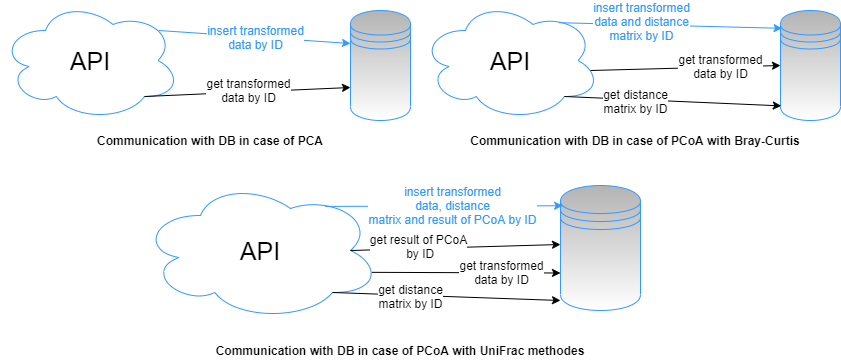
This is materials/text/communication_DB_API.png from xmisak03/finalBP, a draw.io export, as it was before one commit. Source tidied: cells renumbered, new cells last; positions are measured from the earlier drawing's top-left corner, leaving out a move shared by most shapes.
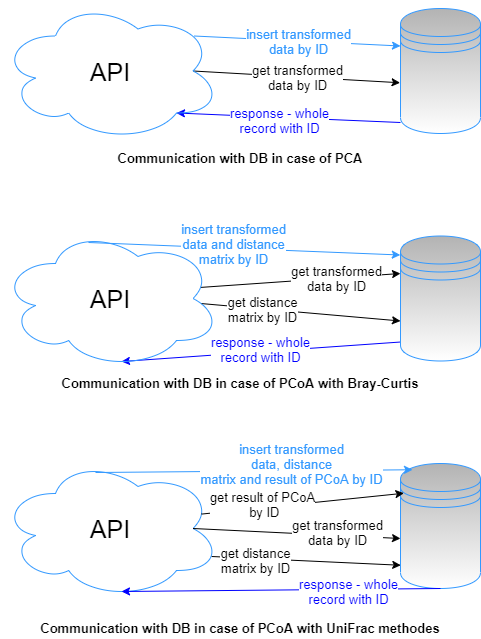
Above is the later version.

Change to the diagram source:
```diff
@@ -2,108 +2,132 @@
   <root>
     <mxCell id="0" />
     <mxCell id="1" parent="0" />
-    <mxCell id="2" value="&lt;font color=&quot;#000000&quot; style=&quot;font-size: 25px&quot;&gt;API&lt;/font&gt;" style="ellipse;shape=cloud;whiteSpace=wrap;html=1;labelBackgroundColor=none;fontSize=12;fontColor=#3399FF;strokeColor=#3399FF;fillColor=none;gradientColor=#FFFFFF;" parent="1" vertex="1">
-      <mxGeometry width="180" height="120" as="geometry" />
-    </mxCell>
-    <mxCell id="3" style="shape=datastore;whiteSpace=wrap;html=1;labelBackgroundColor=none;fontSize=12;fontColor=#3399FF;strokeColor=#3399FF;gradientColor=#FFFFFF;fillColor=#B3B3B3;" parent="1" vertex="1">
-      <mxGeometry x="350" y="10" width="60" height="110" as="geometry" />
-    </mxCell>
-    <mxCell id="4" value="&lt;font color=&quot;#000000&quot;&gt;&lt;b&gt;Communication with DB in case of PCA&lt;/b&gt;&lt;/font&gt;" style="text;html=1;strokeColor=none;fillColor=none;align=center;verticalAlign=middle;whiteSpace=wrap;rounded=0;labelBackgroundColor=none;fontSize=12;fontColor=#3399FF;" parent="1" vertex="1">
-      <mxGeometry x="10" y="130" width="400" height="20" as="geometry" />
+    <mxCell id="4" value="&lt;font color=&quot;#000000&quot; style=&quot;font-size: 13px;&quot;&gt;&lt;b style=&quot;font-size: 13px;&quot;&gt;Communication with DB in case of PCA&lt;/b&gt;&lt;/font&gt;" style="text;html=1;strokeColor=none;fillColor=none;align=center;verticalAlign=middle;whiteSpace=wrap;rounded=0;labelBackgroundColor=none;fontSize=13;fontColor=#3399FF;" parent="1" vertex="1">
+      <mxGeometry x="190" y="360" width="480" height="20" as="geometry" />
     </mxCell>
-    <mxCell id="5" style="endArrow=classic;html=1;labelBackgroundColor=#ffffff;fontSize=12;fontColor=#000000;exitX=0.88;exitY=0.25;exitDx=0;exitDy=0;exitPerimeter=0;entryX=0;entryY=0.3;entryDx=0;entryDy=0;strokeColor=#3399FF;" parent="1" edge="1" source="2" target="3">
-      <mxGeometry relative="1" as="geometry" />
-    </mxCell>
+    <mxCell id="29" style="endArrow=classic;html=1;labelBackgroundColor=#ffffff;fontSize=13;fontColor=#000000;entryX=0;entryY=0.3;entryDx=0;entryDy=0;strokeColor=#3399FF;exitX=0.88;exitY=0.25;exitDx=0;exitDy=0;exitPerimeter=0;" parent="1" edge="1" source="54" target="53">
+      <mxGeometry relative="1" as="geometry" />
+    </mxCell>
-    <mxCell id="6" value="insert transformed&lt;br&gt;data by ID" style="edgeLabel;html=1;align=center;verticalAlign=middle;fontSize=12;fontColor=#3399FF;" parent="5" vertex="1">
+    <mxCell id="6" value="insert transformed&lt;br style=&quot;font-size: 13px;&quot;&gt;data by ID" style="edgeLabel;html=1;align=center;verticalAlign=middle;fontSize=13;fontColor=#3399FF;" parent="29" vertex="1">
       <mxGeometry x="0.13" y="-1" relative="1" as="geometry">
         <mxPoint x="-13" y="-2" as="offset" />
       </mxGeometry>
     </mxCell>
-    <mxCell id="7" style="endArrow=classic;html=1;labelBackgroundColor=#ffffff;fontSize=12;fontColor=#000000;strokeColor=#000000;exitX=0.8;exitY=0.8;exitDx=0;exitDy=0;exitPerimeter=0;entryX=0;entryY=0.7;entryDx=0;entryDy=0;" parent="1" edge="1" source="2" target="3">
-      <mxGeometry relative="1" as="geometry" />
-    </mxCell>
-    <mxCell id="8" value="get transformed&lt;br&gt;data by ID" style="edgeLabel;html=1;align=center;verticalAlign=middle;fontSize=12;fontColor=#000000;" parent="7" vertex="1">
-      <mxGeometry x="0.13" y="-1" relative="1" as="geometry">
-        <mxPoint x="-13" y="-2" as="offset" />
-      </mxGeometry>
-    </mxCell>
-    <mxCell id="9" value="&lt;font color=&quot;#000000&quot; style=&quot;font-size: 25px&quot;&gt;API&lt;/font&gt;" style="ellipse;shape=cloud;whiteSpace=wrap;html=1;labelBackgroundColor=none;fontSize=12;fontColor=#3399FF;strokeColor=#3399FF;fillColor=none;gradientColor=#FFFFFF;" parent="1" vertex="1">
-      <mxGeometry x="420" width="180" height="120" as="geometry" />
-    </mxCell>
-    <mxCell id="10" style="shape=datastore;whiteSpace=wrap;html=1;labelBackgroundColor=none;fontSize=12;fontColor=#3399FF;strokeColor=#3399FF;gradientColor=#FFFFFF;fillColor=#B3B3B3;" parent="1" vertex="1">
-      <mxGeometry x="780" y="10" width="60" height="110" as="geometry" />
-    </mxCell>
+    <mxCell id="30" style="endArrow=classic;html=1;labelBackgroundColor=#ffffff;fontSize=13;fontColor=#000000;strokeColor=#000000;entryX=-0.005;entryY=0.594;entryDx=0;entryDy=0;entryPerimeter=0;exitX=0.875;exitY=0.5;exitDx=0;exitDy=0;exitPerimeter=0;" parent="1" edge="1" source="54" target="53">
+      <mxGeometry relative="1" as="geometry" />
+    </mxCell>
+    <mxCell id="31" value="get transformed&lt;br style=&quot;font-size: 13px;&quot;&gt;data by ID" style="edgeLabel;html=1;align=center;verticalAlign=middle;fontSize=13;fontColor=#000000;" parent="30" vertex="1">
+      <mxGeometry x="0.13" y="-1" relative="1" as="geometry">
+        <mxPoint x="-13" y="-2" as="offset" />
+      </mxGeometry>
+    </mxCell>
-    <mxCell id="11" value="&lt;font color=&quot;#000000&quot;&gt;&lt;b&gt;Communication with DB in case of PCoA with Bray-Curtis&lt;/b&gt;&lt;/font&gt;" style="text;html=1;strokeColor=none;fillColor=none;align=center;verticalAlign=middle;whiteSpace=wrap;rounded=0;labelBackgroundColor=none;fontSize=12;fontColor=#3399FF;" parent="1" vertex="1">
-      <mxGeometry x="430" y="130" width="410" height="20" as="geometry" />
+    <mxCell id="11" value="&lt;font color=&quot;#000000&quot; style=&quot;font-size: 13px;&quot;&gt;&lt;b style=&quot;font-size: 13px;&quot;&gt;Communication with DB in case of PCoA with Bray-Curtis&lt;/b&gt;&lt;/font&gt;" style="text;html=1;strokeColor=none;fillColor=none;align=center;verticalAlign=middle;whiteSpace=wrap;rounded=0;labelBackgroundColor=none;fontSize=13;fontColor=#3399FF;" parent="1" vertex="1">
+      <mxGeometry x="190" y="585" width="480" height="20" as="geometry" />
     </mxCell>
-    <mxCell id="12" style="endArrow=classic;html=1;labelBackgroundColor=#ffffff;fontSize=12;fontColor=#000000;exitX=0.769;exitY=0.185;exitDx=0;exitDy=0;exitPerimeter=0;entryX=0.027;entryY=0.162;entryDx=0;entryDy=0;entryPerimeter=0;strokeColor=#3399FF;" parent="1" edge="1" source="9" target="10">
-      <mxGeometry relative="1" as="geometry" />
-    </mxCell>
+    <mxCell id="32" style="endArrow=classic;html=1;labelBackgroundColor=#ffffff;fontSize=13;fontColor=#000000;entryX=-0.003;entryY=0.152;entryDx=0;entryDy=0;entryPerimeter=0;strokeColor=#3399FF;exitX=0.4;exitY=0.1;exitDx=0;exitDy=0;exitPerimeter=0;" parent="1" edge="1" source="52" target="51">
+      <mxGeometry relative="1" as="geometry" />
+    </mxCell>
-    <mxCell id="13" value="insert transformed&lt;br&gt;data and distance&lt;br&gt;matrix by ID" style="edgeLabel;html=1;align=center;verticalAlign=middle;fontSize=12;fontColor=#3399FF;" parent="12" vertex="1">
+    <mxCell id="13" value="insert transformed&lt;br style=&quot;font-size: 13px;&quot;&gt;data and distance&lt;br style=&quot;font-size: 13px;&quot;&gt;matrix by ID" style="edgeLabel;html=1;align=center;verticalAlign=middle;fontSize=13;fontColor=#3399FF;" parent="32" vertex="1">
       <mxGeometry x="0.13" y="-1" relative="1" as="geometry">
-        <mxPoint x="-44" y="-6" as="offset" />
+        <mxPoint x="-32" y="-7" as="offset" />
       </mxGeometry>
     </mxCell>
-    <mxCell id="14" style="endArrow=classic;html=1;labelBackgroundColor=#ffffff;fontSize=12;fontColor=#000000;strokeColor=#000000;entryX=0;entryY=0.5;entryDx=0;entryDy=0;" parent="1" edge="1" target="10">
-      <mxGeometry relative="1" as="geometry">
-        <mxPoint x="590" y="70" as="sourcePoint" />
-      </mxGeometry>
-    </mxCell>
-    <mxCell id="15" value="get transformed&lt;br&gt;data by ID" style="edgeLabel;html=1;align=center;verticalAlign=middle;fontSize=12;fontColor=#000000;" parent="14" vertex="1">
-      <mxGeometry x="0.13" y="-1" relative="1" as="geometry">
-        <mxPoint x="22" y="-3" as="offset" />
-      </mxGeometry>
-    </mxCell>
-    <mxCell id="16" style="endArrow=classic;html=1;labelBackgroundColor=#ffffff;fontSize=12;fontColor=#000000;strokeColor=#000000;exitX=0.8;exitY=0.8;exitDx=0;exitDy=0;exitPerimeter=0;entryX=0.013;entryY=0.867;entryDx=0;entryDy=0;entryPerimeter=0;" parent="1" edge="1" source="9" target="10">
-      <mxGeometry relative="1" as="geometry" />
-    </mxCell>
-    <mxCell id="17" value="get distance&lt;br&gt;matrix by ID" style="edgeLabel;html=1;align=center;verticalAlign=middle;fontSize=12;fontColor=#000000;" parent="16" vertex="1">
-      <mxGeometry x="0.13" y="-1" relative="1" as="geometry">
-        <mxPoint x="-52" y="-2" as="offset" />
-      </mxGeometry>
-    </mxCell>
-    <mxCell id="18" value="&lt;font color=&quot;#000000&quot; style=&quot;font-size: 25px&quot;&gt;API&lt;/font&gt;" style="ellipse;shape=cloud;whiteSpace=wrap;html=1;labelBackgroundColor=none;fontSize=12;fontColor=#3399FF;strokeColor=#3399FF;fillColor=none;gradientColor=#FFFFFF;" parent="1" vertex="1">
-      <mxGeometry x="140" y="180" width="240" height="140" as="geometry" />
-    </mxCell>
-    <mxCell id="19" style="shape=datastore;whiteSpace=wrap;html=1;labelBackgroundColor=none;fontSize=12;fontColor=#3399FF;strokeColor=#3399FF;gradientColor=#FFFFFF;fillColor=#B3B3B3;" parent="1" vertex="1">
-      <mxGeometry x="560" y="185" width="80" height="125" as="geometry" />
-    </mxCell>
+    <mxCell id="33" style="endArrow=classic;html=1;labelBackgroundColor=#ffffff;fontSize=13;fontColor=#000000;strokeColor=#000000;exitX=0.908;exitY=0.421;exitDx=0;exitDy=0;exitPerimeter=0;entryX=0;entryY=0.3;entryDx=0;entryDy=0;" parent="1" edge="1" source="52" target="51">
+      <mxGeometry relative="1" as="geometry" />
+    </mxCell>
+    <mxCell id="34" value="get transformed&lt;br style=&quot;font-size: 13px;&quot;&gt;data by ID" style="edgeLabel;html=1;align=center;verticalAlign=middle;fontSize=13;fontColor=#000000;" parent="33" vertex="1">
+      <mxGeometry x="0.13" y="-1" relative="1" as="geometry">
+        <mxPoint x="22" y="-3" as="offset" />
+      </mxGeometry>
+    </mxCell>
+    <mxCell id="35" style="endArrow=classic;html=1;labelBackgroundColor=#ffffff;fontSize=13;fontColor=#000000;strokeColor=#000000;exitX=0.912;exitY=0.536;exitDx=0;exitDy=0;exitPerimeter=0;entryX=0;entryY=0.68;entryDx=0;entryDy=0;entryPerimeter=0;" parent="1" edge="1" source="52" target="51">
+      <mxGeometry relative="1" as="geometry" />
+    </mxCell>
+    <mxCell id="36" value="get distance&lt;br style=&quot;font-size: 13px;&quot;&gt;matrix by ID" style="edgeLabel;html=1;align=center;verticalAlign=middle;fontSize=13;fontColor=#000000;" parent="35" vertex="1">
+      <mxGeometry x="0.13" y="-1" relative="1" as="geometry">
+        <mxPoint x="-52" y="-5" as="offset" />
+      </mxGeometry>
+    </mxCell>
+    <mxCell id="37" value="&lt;font color=&quot;#000000&quot; style=&quot;font-size: 25px&quot;&gt;API&lt;/font&gt;" style="ellipse;shape=cloud;whiteSpace=wrap;html=1;labelBackgroundColor=none;fontSize=13;fontColor=#3399FF;strokeColor=#3399FF;fillColor=none;gradientColor=#FFFFFF;" parent="1" vertex="1">
+      <mxGeometry x="190" y="670" width="220" height="140" as="geometry" />
+    </mxCell>
+    <mxCell id="38" style="shape=datastore;whiteSpace=wrap;html=1;labelBackgroundColor=none;fontSize=13;fontColor=#3399FF;strokeColor=#3399FF;gradientColor=#FFFFFF;fillColor=#B3B3B3;" parent="1" vertex="1">
+      <mxGeometry x="590" y="675" width="80" height="125" as="geometry" />
+    </mxCell>
-    <mxCell id="20" value="&lt;font color=&quot;#000000&quot;&gt;&lt;b&gt;Communication with DB in case of PCoA with UniFrac methodes&lt;/b&gt;&lt;/font&gt;" style="text;html=1;strokeColor=none;fillColor=none;align=center;verticalAlign=middle;whiteSpace=wrap;rounded=0;labelBackgroundColor=none;fontSize=12;fontColor=#3399FF;" parent="1" vertex="1">
-      <mxGeometry x="160" y="340" width="480" height="20" as="geometry" />
+    <mxCell id="20" value="&lt;font color=&quot;#000000&quot; style=&quot;font-size: 13px;&quot;&gt;&lt;b style=&quot;font-size: 13px;&quot;&gt;Communication with DB in case of PCoA with UniFrac methodes&lt;/b&gt;&lt;/font&gt;" style="text;html=1;strokeColor=none;fillColor=none;align=center;verticalAlign=middle;whiteSpace=wrap;rounded=0;labelBackgroundColor=none;fontSize=13;fontColor=#3399FF;" parent="1" vertex="1">
+      <mxGeometry x="190" y="830" width="480" height="20" as="geometry" />
     </mxCell>
-    <mxCell id="21" style="endArrow=classic;html=1;labelBackgroundColor=#ffffff;fontSize=12;fontColor=#000000;exitX=0.769;exitY=0.185;exitDx=0;exitDy=0;exitPerimeter=0;entryX=0.027;entryY=0.162;entryDx=0;entryDy=0;entryPerimeter=0;strokeColor=#3399FF;" parent="1" edge="1" source="18" target="19">
-      <mxGeometry relative="1" as="geometry" />
-    </mxCell>
+    <mxCell id="39" style="endArrow=classic;html=1;labelBackgroundColor=#ffffff;fontSize=13;fontColor=#000000;exitX=0.4;exitY=0.1;exitDx=0;exitDy=0;exitPerimeter=0;strokeColor=#3399FF;entryX=0.15;entryY=0.05;entryDx=0;entryDy=0;entryPerimeter=0;" parent="1" edge="1" target="38">
+      <mxGeometry relative="1" as="geometry">
+        <mxPoint x="285" y="684" as="sourcePoint" />
+      </mxGeometry>
+    </mxCell>
-    <mxCell id="22" value="insert transformed&lt;br&gt;data, distance&lt;br&gt;matrix and result of PCoA by ID" style="edgeLabel;html=1;align=center;verticalAlign=middle;fontSize=12;fontColor=#3399FF;" parent="21" vertex="1">
+    <mxCell id="22" value="insert transformed&lt;br style=&quot;font-size: 13px;&quot;&gt;data, distance&lt;br style=&quot;font-size: 13px;&quot;&gt;matrix and result of PCoA by ID" style="edgeLabel;html=1;align=center;verticalAlign=middle;fontSize=13;fontColor=#3399FF;" parent="39" vertex="1">
       <mxGeometry x="0.13" y="-1" relative="1" as="geometry">
-        <mxPoint x="-8" y="-2" as="offset" />
+        <mxPoint x="15" y="-8" as="offset" />
       </mxGeometry>
     </mxCell>
-    <mxCell id="23" style="endArrow=classic;html=1;labelBackgroundColor=#ffffff;fontSize=12;fontColor=#000000;strokeColor=#000000;exitX=0.964;exitY=0.656;exitDx=0;exitDy=0;exitPerimeter=0;entryX=0;entryY=0.7;entryDx=0;entryDy=0;" parent="1" edge="1" source="18" target="19">
-      <mxGeometry relative="1" as="geometry" />
-    </mxCell>
-    <mxCell id="24" value="get transformed&lt;br&gt;data by ID" style="edgeLabel;html=1;align=center;verticalAlign=middle;fontSize=12;fontColor=#000000;" parent="23" vertex="1">
-      <mxGeometry x="0.13" y="-1" relative="1" as="geometry">
-        <mxPoint x="22" y="-2" as="offset" />
-      </mxGeometry>
-    </mxCell>
-    <mxCell id="25" style="endArrow=classic;html=1;labelBackgroundColor=#ffffff;fontSize=12;fontColor=#000000;strokeColor=#000000;exitX=0.8;exitY=0.8;exitDx=0;exitDy=0;exitPerimeter=0;entryX=0;entryY=0.92;entryDx=0;entryDy=0;entryPerimeter=0;" parent="1" edge="1" source="18" target="19">
-      <mxGeometry relative="1" as="geometry" />
-    </mxCell>
-    <mxCell id="26" value="get distance&lt;br&gt;matrix by ID" style="edgeLabel;html=1;align=center;verticalAlign=middle;fontSize=12;fontColor=#000000;" parent="25" vertex="1">
-      <mxGeometry x="0.13" y="-1" relative="1" as="geometry">
-        <mxPoint x="-51" y="-2" as="offset" />
-      </mxGeometry>
-    </mxCell>
-    <mxCell id="27" style="endArrow=classic;html=1;labelBackgroundColor=#ffffff;fontSize=12;fontColor=#000000;strokeColor=#000000;exitX=0.875;exitY=0.5;exitDx=0;exitDy=0;exitPerimeter=0;" parent="1" edge="1" source="18">
-      <mxGeometry relative="1" as="geometry">
-        <mxPoint x="560" y="244" as="targetPoint" />
-      </mxGeometry>
-    </mxCell>
+    <mxCell id="40" style="endArrow=classic;html=1;labelBackgroundColor=#ffffff;fontSize=13;fontColor=#000000;strokeColor=#000000;entryX=0;entryY=0.6;entryDx=0;entryDy=0;entryPerimeter=0;exitX=0.875;exitY=0.5;exitDx=0;exitDy=0;exitPerimeter=0;" parent="1" edge="1" source="37" target="38">
+      <mxGeometry relative="1" as="geometry" />
+    </mxCell>
+    <mxCell id="41" value="get transformed&lt;br style=&quot;font-size: 13px;&quot;&gt;data by ID" style="edgeLabel;html=1;align=center;verticalAlign=middle;fontSize=13;fontColor=#000000;" parent="40" vertex="1">
+      <mxGeometry x="0.13" y="-1" relative="1" as="geometry">
+        <mxPoint x="26" y="-3" as="offset" />
+      </mxGeometry>
+    </mxCell>
+    <mxCell id="42" style="endArrow=classic;html=1;labelBackgroundColor=#ffffff;fontSize=13;fontColor=#000000;strokeColor=#000000;exitX=0.96;exitY=0.7;exitDx=0;exitDy=0;exitPerimeter=0;entryX=0.003;entryY=0.814;entryDx=0;entryDy=0;entryPerimeter=0;" parent="1" edge="1" source="37" target="38">
+      <mxGeometry relative="1" as="geometry" />
+    </mxCell>
+    <mxCell id="43" value="get distance&lt;br style=&quot;font-size: 13px;&quot;&gt;matrix by ID" style="edgeLabel;html=1;align=center;verticalAlign=middle;fontSize=13;fontColor=#000000;" parent="42" vertex="1">
+      <mxGeometry x="0.13" y="-1" relative="1" as="geometry">
+        <mxPoint x="-64" y="-2" as="offset" />
+      </mxGeometry>
+    </mxCell>
+    <mxCell id="44" style="endArrow=classic;html=1;labelBackgroundColor=#ffffff;fontSize=13;fontColor=#000000;strokeColor=#000000;entryX=0.042;entryY=0.238;entryDx=0;entryDy=0;entryPerimeter=0;exitX=0.914;exitY=0.397;exitDx=0;exitDy=0;exitPerimeter=0;" parent="1" edge="1" source="37" target="38">
+      <mxGeometry relative="1" as="geometry" />
+    </mxCell>
-    <mxCell id="28" value="get result of PCoA&lt;br&gt;&amp;nbsp;by ID" style="edgeLabel;html=1;align=center;verticalAlign=middle;fontSize=12;fontColor=#000000;" parent="27" vertex="1">
+    <mxCell id="28" value="get result of PCoA&lt;br style=&quot;font-size: 13px;&quot;&gt;&amp;nbsp;by ID" style="edgeLabel;html=1;align=center;verticalAlign=middle;fontSize=13;fontColor=#000000;" parent="44" vertex="1">
       <mxGeometry x="0.13" y="-1" relative="1" as="geometry">
-        <mxPoint x="-51" y="-2" as="offset" />
+        <mxPoint x="-54" y="1" as="offset" />
       </mxGeometry>
     </mxCell>
+    <mxCell id="45" style="endArrow=classic;html=1;labelBackgroundColor=#ffffff;fontSize=13;fontColor=#3399FF;exitX=0;exitY=0.912;exitDx=0;exitDy=0;exitPerimeter=0;entryX=0.8;entryY=0.8;entryDx=0;entryDy=0;entryPerimeter=0;strokeColor=#0000FF;" parent="1" edge="1" source="53" target="54">
+      <mxGeometry relative="1" as="geometry" />
+    </mxCell>
+    <mxCell id="46" value="response - whole&lt;br style=&quot;font-size: 13px;&quot;&gt;record with ID" style="edgeLabel;html=1;align=center;verticalAlign=middle;fontSize=13;fontColor=#0000FF;" parent="45" vertex="1">
+      <mxGeometry x="0.24" y="3" relative="1" as="geometry">
+        <mxPoint x="18" as="offset" />
+      </mxGeometry>
+    </mxCell>
+    <mxCell id="47" style="endArrow=classic;html=1;labelBackgroundColor=#ffffff;fontSize=13;fontColor=#3399FF;exitX=-0.05;exitY=0.895;exitDx=0;exitDy=0;exitPerimeter=0;entryX=0.55;entryY=0.95;entryDx=0;entryDy=0;entryPerimeter=0;strokeColor=#0000FF;" parent="1" edge="1" target="52">
+      <mxGeometry relative="1" as="geometry">
+        <mxPoint x="591" y="553.5" as="sourcePoint" />
+      </mxGeometry>
+    </mxCell>
+    <mxCell id="48" value="response - whole&lt;br style=&quot;font-size: 13px;&quot;&gt;record with ID" style="edgeLabel;html=1;align=center;verticalAlign=bottom;fontSize=13;fontColor=#0000FF;" parent="47" vertex="1">
+      <mxGeometry x="0.24" y="3" relative="1" as="geometry">
+        <mxPoint x="32" y="9" as="offset" />
+      </mxGeometry>
+    </mxCell>
+    <mxCell id="49" style="endArrow=classic;html=1;labelBackgroundColor=#ffffff;fontSize=13;fontColor=#3399FF;entryX=0.55;entryY=0.95;entryDx=0;entryDy=0;entryPerimeter=0;strokeColor=#0000FF;exitX=0.5;exitY=1;exitDx=0;exitDy=0;" parent="1" edge="1" source="38" target="37">
+      <mxGeometry relative="1" as="geometry" />
+    </mxCell>
+    <mxCell id="50" value="response - whole&lt;br style=&quot;font-size: 13px;&quot;&gt;record with ID" style="edgeLabel;html=1;align=center;verticalAlign=middle;fontSize=13;fontColor=#0000FF;" parent="49" vertex="1">
+      <mxGeometry x="0.24" y="3" relative="1" as="geometry">
+        <mxPoint x="105" y="-2" as="offset" />
+      </mxGeometry>
+    </mxCell>
+    <mxCell id="51" style="shape=datastore;whiteSpace=wrap;html=1;labelBackgroundColor=none;fontSize=13;fontColor=#3399FF;strokeColor=#3399FF;gradientColor=#FFFFFF;fillColor=#B3B3B3;" parent="1" vertex="1">
+      <mxGeometry x="590" y="447.5" width="80" height="125" as="geometry" />
+    </mxCell>
+    <mxCell id="52" value="&lt;font color=&quot;#000000&quot; style=&quot;font-size: 25px&quot;&gt;API&lt;/font&gt;" style="ellipse;shape=cloud;whiteSpace=wrap;html=1;labelBackgroundColor=none;fontSize=13;fontColor=#3399FF;strokeColor=#3399FF;fillColor=none;gradientColor=#FFFFFF;" parent="1" vertex="1">
+      <mxGeometry x="190" y="440" width="220" height="140" as="geometry" />
+    </mxCell>
+    <mxCell id="53" style="shape=datastore;whiteSpace=wrap;html=1;labelBackgroundColor=none;fontSize=13;fontColor=#3399FF;strokeColor=#3399FF;gradientColor=#FFFFFF;fillColor=#B3B3B3;" parent="1" vertex="1">
+      <mxGeometry x="590" y="220" width="80" height="125" as="geometry" />
+    </mxCell>
+    <mxCell id="54" value="&lt;font color=&quot;#000000&quot; style=&quot;font-size: 25px&quot;&gt;API&lt;/font&gt;" style="ellipse;shape=cloud;whiteSpace=wrap;html=1;labelBackgroundColor=none;fontSize=13;fontColor=#3399FF;strokeColor=#3399FF;fillColor=none;gradientColor=#FFFFFF;" parent="1" vertex="1">
+      <mxGeometry x="190" y="212.5" width="220" height="140" as="geometry" />
+    </mxCell>
   </root>
 </mxGraphModel>
```
